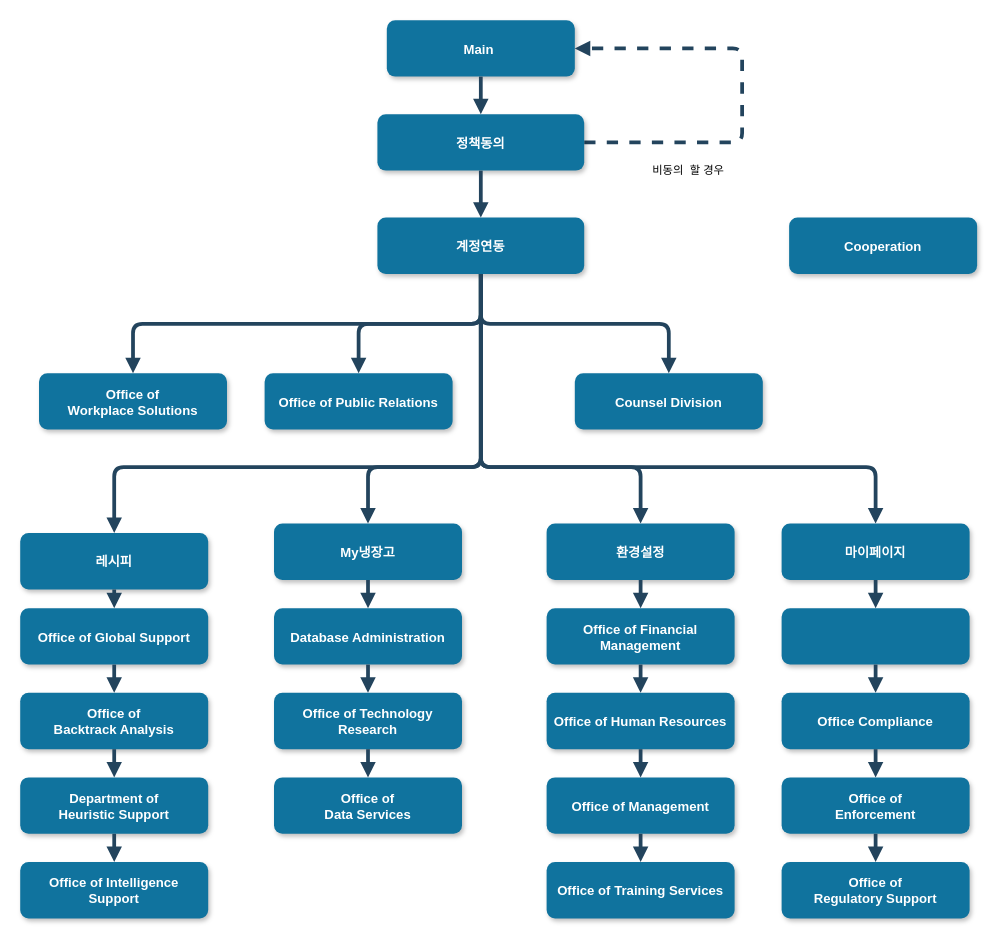
Before: Untitled Diagram.drawio in rlaqhrns/Main_sub, a draw.io diagram. Source tidied: cells renumbered, new cells numbered last; positions are measured from the earlier drawing's top-left corner, leaving out a move shared by most shapes. Both pictures are drawn from the tidied source at 94%, with x=0, y=0 at pixel (20, 20).
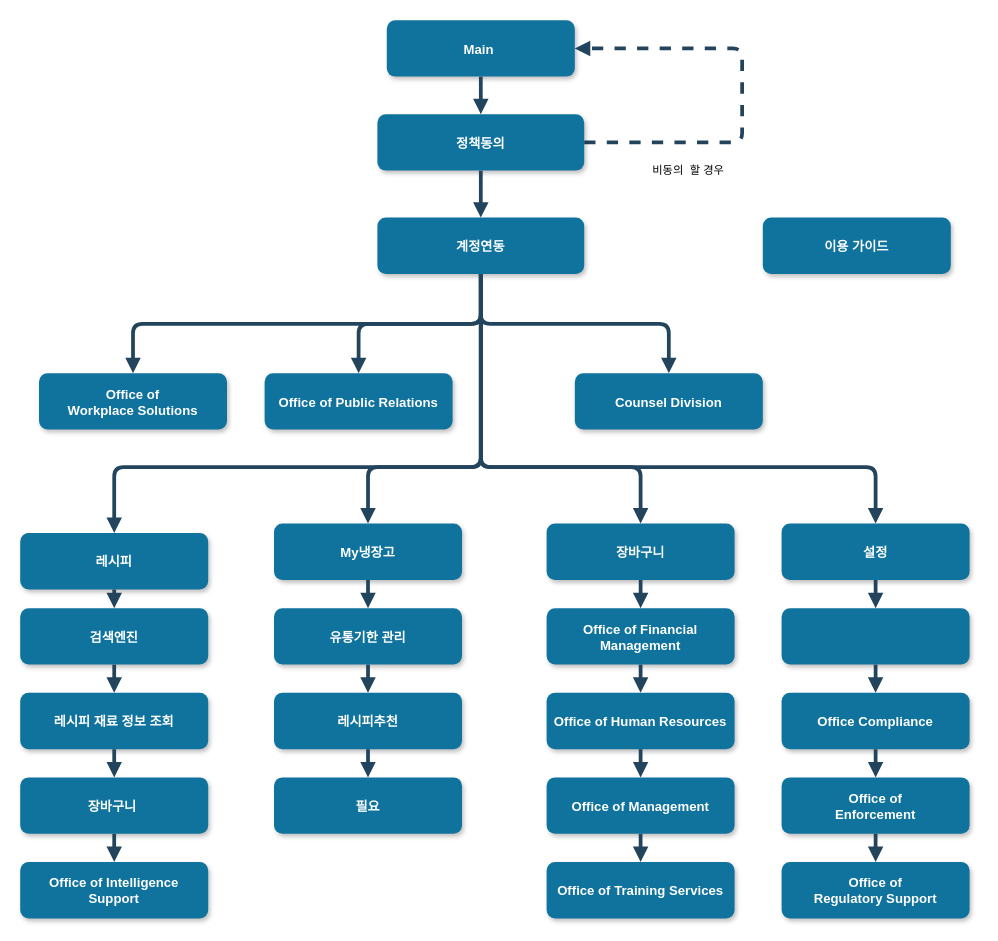
After the change.

The edit, as a diff of the source:
```diff
@@
-    <mxCell id="7" value="Cooperation" style="rounded=1;fillColor=#10739E;strokeColor=none;shadow=1;gradientColor=none;fontStyle=1;fontColor=#FFFFFF;fontSize=14;" parent="1" vertex="1">
-      <mxGeometry x="818" y="210" width="200" height="60" as="geometry" />
+    <mxCell id="7" value="이용 가이드" style="rounded=1;fillColor=#10739E;strokeColor=none;shadow=1;gradientColor=none;fontStyle=1;fontColor=#FFFFFF;fontSize=14;" parent="1" vertex="1">
+      <mxGeometry x="790" y="210" width="200" height="60" as="geometry" />
     </mxCell>
@@
-    <mxCell id="9" value="Office of Global Support" style="rounded=1;fillColor=#10739E;strokeColor=none;shadow=1;gradientColor=none;fontStyle=1;fontColor=#FFFFFF;fontSize=14;" parent="1" vertex="1">
+    <mxCell id="9" value="검색엔진" style="rounded=1;fillColor=#10739E;strokeColor=none;shadow=1;gradientColor=none;fontStyle=1;fontColor=#FFFFFF;fontSize=14;" parent="1" vertex="1">
       <mxGeometry y="625.5" width="200" height="60" as="geometry" />
     </mxCell>
-    <mxCell id="10" value="Office of &#10;Backtrack Analysis" style="rounded=1;fillColor=#10739E;strokeColor=none;shadow=1;gradientColor=none;fontStyle=1;fontColor=#FFFFFF;fontSize=14;" parent="1" vertex="1">
+    <mxCell id="10" value="레시피 재료 정보 조회" style="rounded=1;fillColor=#10739E;strokeColor=none;shadow=1;gradientColor=none;fontStyle=1;fontColor=#FFFFFF;fontSize=14;" parent="1" vertex="1">
       <mxGeometry y="715.5" width="200" height="60" as="geometry" />
     </mxCell>
-    <mxCell id="11" value="Department of &#10;Heuristic Support" style="rounded=1;fillColor=#10739E;strokeColor=none;shadow=1;gradientColor=none;fontStyle=1;fontColor=#FFFFFF;fontSize=14;" parent="1" vertex="1">
+    <mxCell id="11" value="장바구니 " style="rounded=1;fillColor=#10739E;strokeColor=none;shadow=1;gradientColor=none;fontStyle=1;fontColor=#FFFFFF;fontSize=14;" parent="1" vertex="1">
       <mxGeometry y="805.5" width="200" height="60" as="geometry" />
     </mxCell>
@@
-    <mxCell id="14" value="Database Administration" style="rounded=1;fillColor=#10739E;strokeColor=none;shadow=1;gradientColor=none;fontStyle=1;fontColor=#FFFFFF;fontSize=14;" parent="1" vertex="1">
+    <mxCell id="14" value="유통기한 관리" style="rounded=1;fillColor=#10739E;strokeColor=none;shadow=1;gradientColor=none;fontStyle=1;fontColor=#FFFFFF;fontSize=14;" parent="1" vertex="1">
       <mxGeometry x="270" y="625.5" width="200" height="60" as="geometry" />
     </mxCell>
-    <mxCell id="15" value="Office of Technology &#10;Research" style="rounded=1;fillColor=#10739E;strokeColor=none;shadow=1;gradientColor=none;fontStyle=1;fontColor=#FFFFFF;fontSize=14;" parent="1" vertex="1">
+    <mxCell id="15" value="레시피추천" style="rounded=1;fillColor=#10739E;strokeColor=none;shadow=1;gradientColor=none;fontStyle=1;fontColor=#FFFFFF;fontSize=14;" parent="1" vertex="1">
       <mxGeometry x="270" y="715.5" width="200" height="60" as="geometry" />
     </mxCell>
-    <mxCell id="16" value="Office of&#10;Data Services" style="rounded=1;fillColor=#10739E;strokeColor=none;shadow=1;gradientColor=none;fontStyle=1;fontColor=#FFFFFF;fontSize=14;" parent="1" vertex="1">
+    <mxCell id="16" value="필요" style="rounded=1;fillColor=#10739E;strokeColor=none;shadow=1;gradientColor=none;fontStyle=1;fontColor=#FFFFFF;fontSize=14;" parent="1" vertex="1">
       <mxGeometry x="270" y="805.5" width="200" height="60" as="geometry" />
     </mxCell>
-    <mxCell id="17" value="환경설정" style="rounded=1;fillColor=#10739E;strokeColor=none;shadow=1;gradientColor=none;fontStyle=1;fontColor=#FFFFFF;fontSize=14;" parent="1" vertex="1">
+    <mxCell id="17" value="장바구니" style="rounded=1;fillColor=#10739E;strokeColor=none;shadow=1;gradientColor=none;fontStyle=1;fontColor=#FFFFFF;fontSize=14;" parent="1" vertex="1">
       <mxGeometry x="560" y="535.5" width="200" height="60" as="geometry" />
     </mxCell>
@@
-    <mxCell id="22" value="마이페이지" style="rounded=1;fillColor=#10739E;strokeColor=none;shadow=1;gradientColor=none;fontStyle=1;fontColor=#FFFFFF;fontSize=14;" parent="1" vertex="1">
+    <mxCell id="22" value="설정" style="rounded=1;fillColor=#10739E;strokeColor=none;shadow=1;gradientColor=none;fontStyle=1;fontColor=#FFFFFF;fontSize=14;" parent="1" vertex="1">
       <mxGeometry x="810" y="535.5" width="200" height="60" as="geometry" />
     </mxCell>
```
